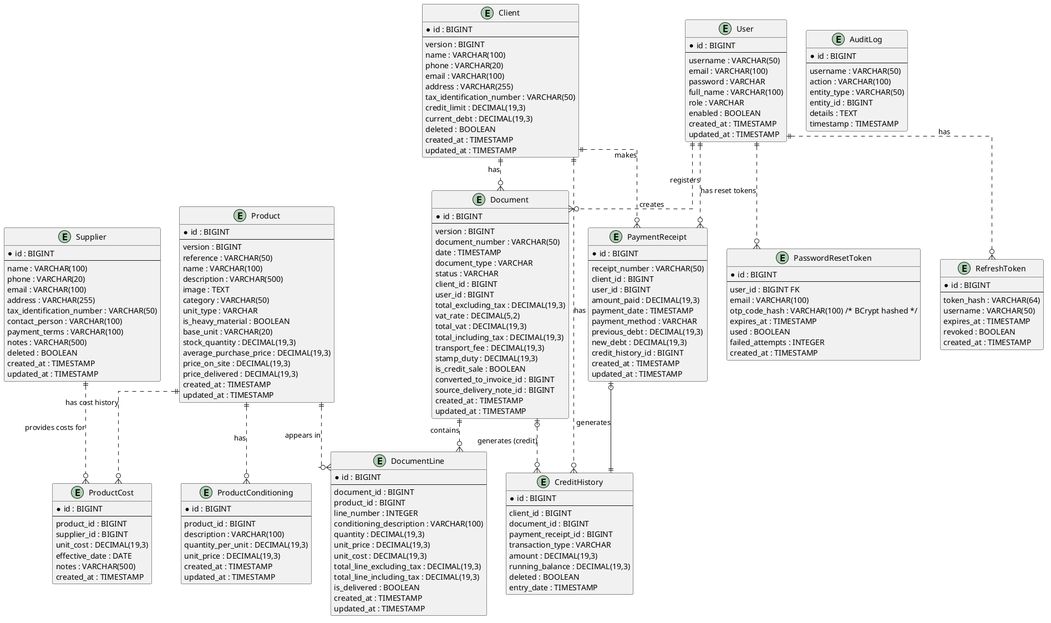
The PlantUML diagram docs/images/Hardware-Store-Entity-Relationships.png in mAmineChniti/hardware_store, before a commit.
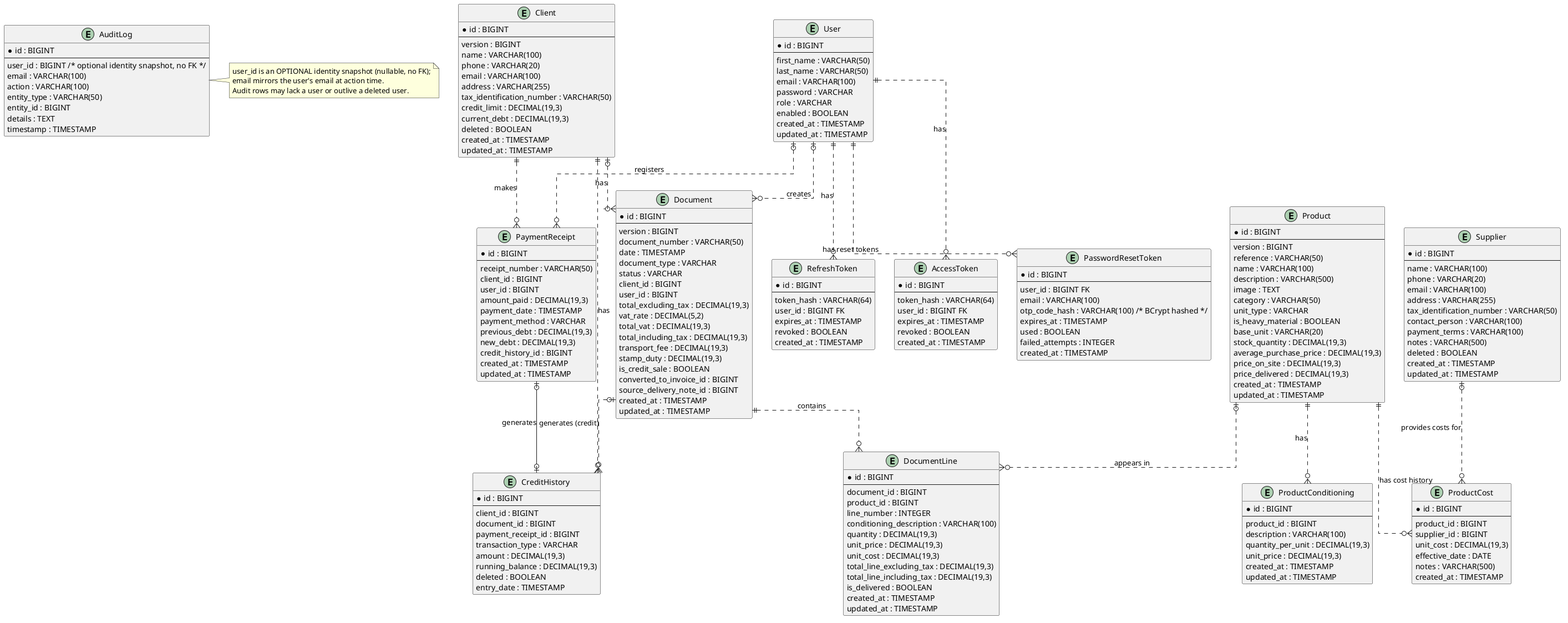
After the change.

The edit, as a diff of the source:
```diff
@@ -5,10 +5,10 @@
 entity "User" as user {
   *id : BIGINT
   --
-  username : VARCHAR(50)
+  first_name : VARCHAR(50)
+  last_name : VARCHAR(50)
   email : VARCHAR(100)
   password : VARCHAR
-  full_name : VARCHAR(100)
   role : VARCHAR
   enabled : BOOLEAN
   created_at : TIMESTAMP
@@ -161,7 +161,8 @@
 entity "AuditLog" as audit_log {
   *id : BIGINT
   --
-  username : VARCHAR(50)
+  user_id : BIGINT /* optional identity snapshot, no FK */
+  email : VARCHAR(100)
   action : VARCHAR(100)
   entity_type : VARCHAR(50)
   entity_id : BIGINT
@@ -169,11 +170,27 @@
   timestamp : TIMESTAMP
 }
 
+note right of audit_log
+  user_id is an OPTIONAL identity snapshot (nullable, no FK);
+  email mirrors the user's email at action time.
+  Audit rows may lack a user or outlive a deleted user.
+end note
+
 entity "RefreshToken" as refresh_token {
   *id : BIGINT
   --
   token_hash : VARCHAR(64)
-  username : VARCHAR(50)
+  user_id : BIGINT FK
+  expires_at : TIMESTAMP
+  revoked : BOOLEAN
+  created_at : TIMESTAMP
+}
+
+entity "AccessToken" as access_token {
+  *id : BIGINT
+  --
+  token_hash : VARCHAR(64)
+  user_id : BIGINT FK
   expires_at : TIMESTAMP
   revoked : BOOLEAN
   created_at : TIMESTAMP
@@ -192,24 +209,25 @@
 }
 
 
-user ||..o{ document : "creates"
-user ||..o{ payment_receipt : "registers"
+user |o..o{ document : "creates"
+user |o..o{ payment_receipt : "registers"
 user ||..o{ refresh_token : "has"
+user ||..o{ access_token : "has"
 user ||..o{ password_reset_token : "has reset tokens"
 
-client ||..o{ document : "has"
+client |o..o{ document : "has"
 client ||..o{ payment_receipt : "makes"
 client ||..o{ credit_history : "has"
 
 product ||..o{ conditioning : "has"
 product ||..o{ product_cost : "has cost history"
-product ||..o{ document_line : "appears in"
+product |o..o{ document_line : "appears in"
 
-supplier ||..o{ product_cost : "provides costs for"
+supplier |o..o{ product_cost : "provides costs for"
 
 document ||..o{ document_line : "contains"
 document |o..o{ credit_history : "generates (credit)"
 
-payment_receipt |o--|| credit_history : "generates"
+payment_receipt |o--o| credit_history : "generates"
 
 @enduml
```
